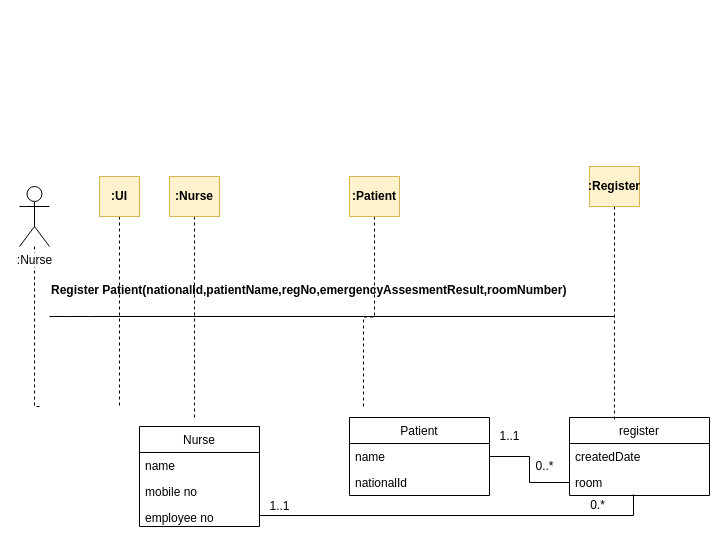
kestersimm/drawio keeps this draw.io diagram as m-t-5.drawio. Above is the earlier version. Source tidied: cells renumbered, new cells numbered last; positions are measured from the earlier drawing's top-left corner, leaving out a move shared by most shapes. Both pictures are drawn from the tidied source at 100%, with x=0, y=0 at pixel (19, 166).
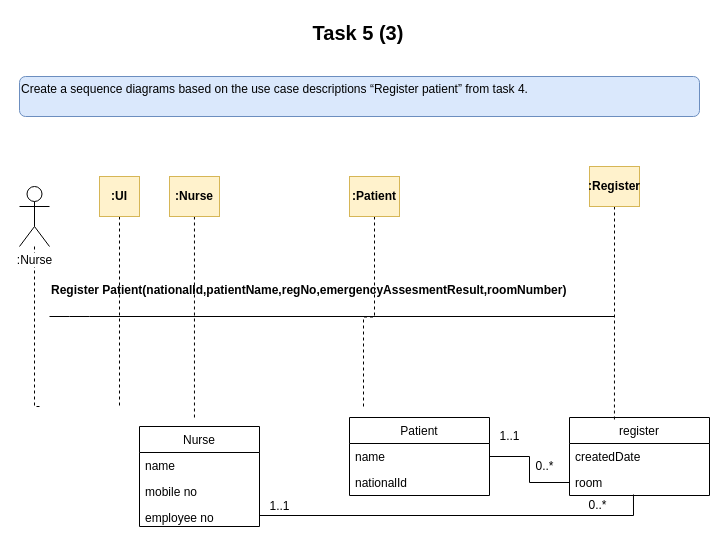
The same page after the edit.

The change refers to these unchanged cells:
```xml
<mxCell id="25" style="edgeStyle=orthogonalEdgeStyle;rounded=0;jettySize=auto;html=1;entryX=0.457;entryY=0.962;entryDx=0;entryDy=0;entryPerimeter=0;endArrow=none;endFill=0;" parent="1" edge="1" source="11" target="22">
  <mxGeometry relative="1" as="geometry" />
</mxCell>
```

What changed in the source:
```diff
@@
-    <mxCell id="26" value="0.*" style="text;html=1;align=center;verticalAlign=middle;labelBackgroundColor=#ffffff;" parent="25" vertex="1">
+    <mxCell id="26" value="0..*" style="text;html=1;align=center;verticalAlign=middle;labelBackgroundColor=#ffffff;" parent="25" vertex="1">
       <mxGeometry x="0.64" y="4" relative="1" as="geometry">
         <mxPoint x="13" y="-7" as="offset" />
       </mxGeometry>
     </mxCell>
@@
+    <mxCell id="30" value="&lt;div&gt;Create a sequence diagrams based on the use case descriptions “Register patient” from task 4.&lt;/div&gt;&lt;div&gt;&lt;br&gt;&lt;/div&gt;" style="rounded=1;whiteSpace=wrap;html=1;fillColor=#dae8fc;strokeColor=#6c8ebf;align=left;" parent="1" vertex="1">
+      <mxGeometry y="-90" width="680" height="40" as="geometry" />
+    </mxCell>
+    <mxCell id="31" value="&lt;font style=&quot;font-size: 20px&quot;&gt;&lt;b&gt;Task 5 (3)&lt;/b&gt;&lt;/font&gt;" style="text;html=1;strokeColor=none;fillColor=none;align=center;verticalAlign=middle;whiteSpace=wrap;rounded=0;" parent="1" vertex="1">
+      <mxGeometry x="284" y="-149" width="110" height="30" as="geometry" />
+    </mxCell>
```
